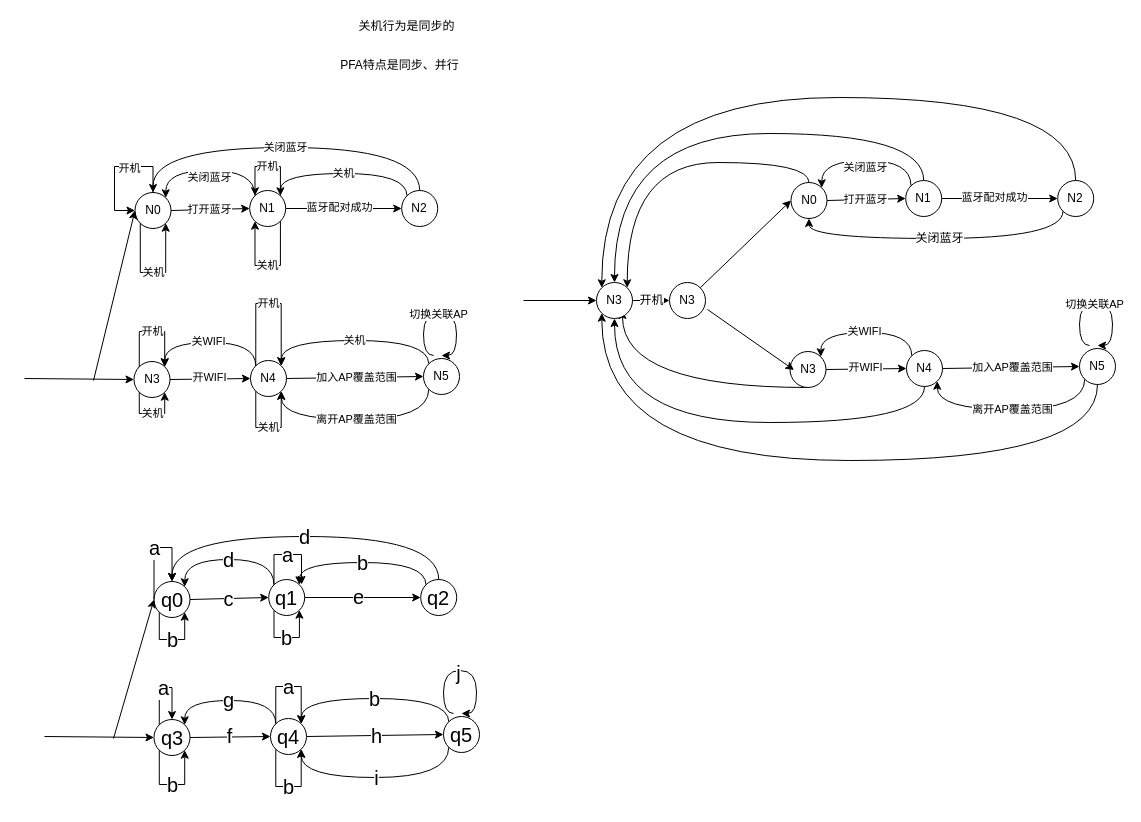
Earlier version of the draw.io diagram page "方法三：并行自动机_笔记本行为" (2 of 8) of 时间自动机.drawio (Icarus1994/neutron_conf). Source tidied: cells renumbered, new cells numbered last; positions are measured from the earlier drawing's top-left corner, leaving out a move shared by most shapes. Both pictures are drawn from the tidied source at 100%, with x=0, y=0 at pixel (24, 17).
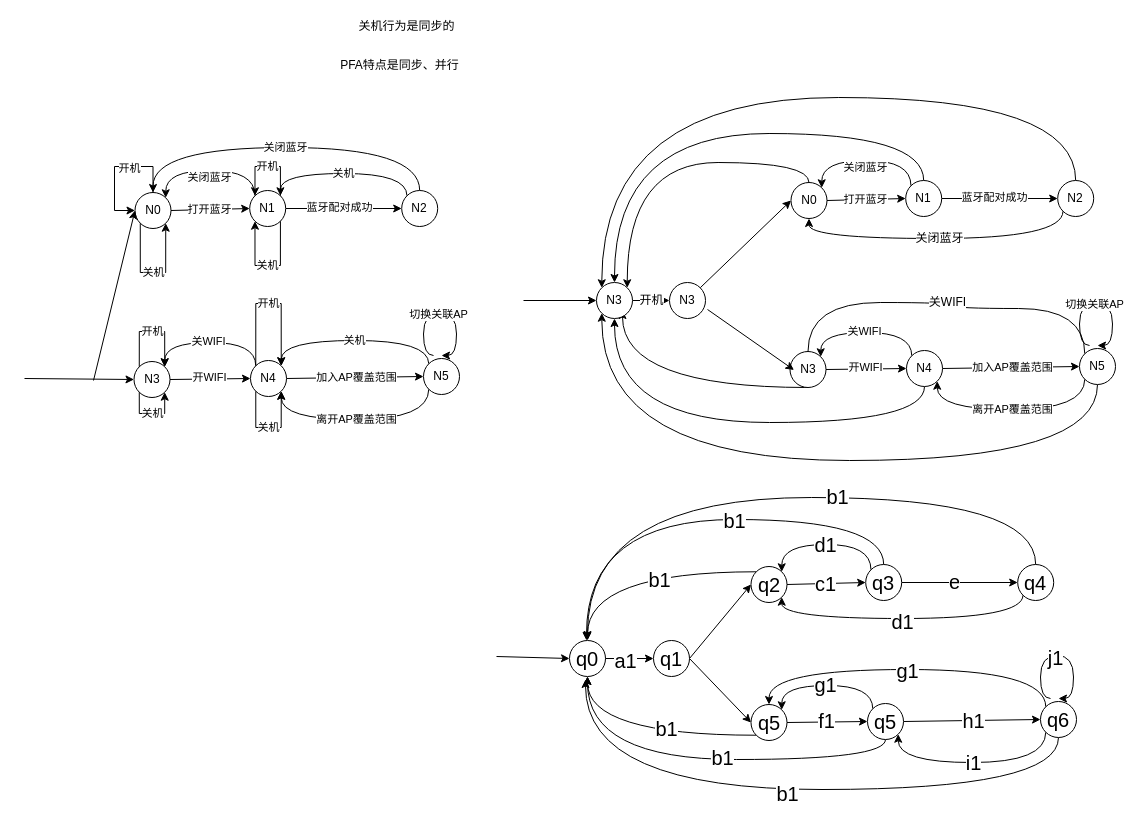
After the change.

The change refers to these unchanged cells:
```xml
<mxCell id="27" style="rounded=0;jettySize=auto;html=1;entryX=0;entryY=0.5;entryDx=0;entryDy=0;exitX=1;exitY=0.5;exitDx=0;exitDy=0;fontSize=20;" parent="1" edge="1" source="30" target="35">
  <mxGeometry relative="1" as="geometry" />
</mxCell>
<mxCell id="31" style="rounded=0;jettySize=auto;html=1;exitX=1;exitY=0.5;exitDx=0;exitDy=0;entryX=0;entryY=0.5;entryDx=0;entryDy=0;fontSize=20;" parent="1" edge="1" source="35" target="38">
  <mxGeometry relative="1" as="geometry" />
</mxCell>
<mxCell id="72" value="N3" style="ellipse;whiteSpace=wrap;html=1;" parent="1" vertex="1">
  <mxGeometry x="765.5" y="334" width="36" height="36" as="geometry" />
</mxCell>
<mxCell id="81" value="N5" style="ellipse;whiteSpace=wrap;html=1;" parent="1" vertex="1">
  <mxGeometry x="1055" y="331" width="36" height="36" as="geometry" />
</mxCell>
```

The edit, as a diff of the source:
```diff
@@
-    <mxCell id="28" value="f" style="edgeLabel;html=1;align=center;verticalAlign=middle;fontSize=20;" parent="27" vertex="1">
+    <mxCell id="28" value="f1" style="edgeLabel;html=1;align=center;verticalAlign=middle;fontSize=20;" parent="27" vertex="1">
       <mxGeometry x="-0.03" y="2" relative="1" as="geometry" />
     </mxCell>
-    <mxCell id="29" style="edgeStyle=none;rounded=0;jettySize=auto;html=1;exitX=0;exitY=0.5;exitDx=0;exitDy=0;startArrow=classic;startFill=1;endArrow=none;endFill=0;" parent="1" edge="1" source="30">
-      <mxGeometry relative="1" as="geometry">
-        <mxPoint x="20" y="719" as="targetPoint" />
-      </mxGeometry>
+    <mxCell id="29" style="edgeStyle=none;rounded=0;jettySize=auto;html=1;exitX=0;exitY=0.5;exitDx=0;exitDy=0;startArrow=classic;startFill=1;endArrow=none;endFill=0;entryX=1;entryY=0.5;entryDx=0;entryDy=0;fontSize=20;" parent="1" edge="1" source="30" target="118">
+      <mxGeometry relative="1" as="geometry" />
     </mxCell>
+    <mxCell id="102" style="edgeStyle=orthogonalEdgeStyle;curved=1;rounded=0;jettySize=auto;html=1;exitX=0;exitY=1;exitDx=0;exitDy=0;entryX=0.5;entryY=1;entryDx=0;entryDy=0;startArrow=none;startFill=0;endArrow=classic;endFill=1;fontSize=20;" parent="1" edge="1" source="30" target="119">
+      <mxGeometry relative="1" as="geometry" />
+    </mxCell>
+    <mxCell id="103" value="b1" style="edgeLabel;html=1;align=center;verticalAlign=middle;fontSize=20;" parent="102" vertex="1">
+      <mxGeometry x="-0.21" y="-7" relative="1" as="geometry" />
+    </mxCell>
-    <mxCell id="30" value="q3" style="ellipse;whiteSpace=wrap;html=1;fontSize=20;" parent="1" vertex="1">
-      <mxGeometry x="129.5" y="702" width="36" height="36" as="geometry" />
+    <mxCell id="30" value="q5" style="ellipse;whiteSpace=wrap;html=1;fontSize=20;" parent="1" vertex="1">
+      <mxGeometry x="726.5" y="687" width="36" height="36" as="geometry" />
     </mxCell>
@@
-    <mxCell id="32" value="h" style="edgeLabel;html=1;align=center;verticalAlign=middle;fontSize=20;" parent="31" vertex="1">
+    <mxCell id="32" value="h1" style="edgeLabel;html=1;align=center;verticalAlign=middle;fontSize=20;" parent="31" vertex="1">
       <mxGeometry x="0.02" relative="1" as="geometry" />
     </mxCell>
     <mxCell id="33" style="edgeStyle=orthogonalEdgeStyle;curved=1;rounded=0;jettySize=auto;html=1;exitX=0;exitY=0;exitDx=0;exitDy=0;entryX=1;entryY=0;entryDx=0;entryDy=0;startArrow=none;startFill=0;endArrow=classic;endFill=1;fontSize=20;" parent="1" edge="1" source="35" target="30">
       <mxGeometry relative="1" as="geometry">
         <Array as="points">
-          <mxPoint x="251" y="683" />
-          <mxPoint x="160" y="683" />
+          <mxPoint x="848" y="668" />
+          <mxPoint x="757" y="668" />
         </Array>
       </mxGeometry>
     </mxCell>
-    <mxCell id="34" value="g" style="edgeLabel;html=1;align=center;verticalAlign=middle;fontSize=20;" parent="33" vertex="1">
+    <mxCell id="34" value="g1" style="edgeLabel;html=1;align=center;verticalAlign=middle;fontSize=20;" parent="33" vertex="1">
       <mxGeometry x="0.02" y="-2" relative="1" as="geometry" />
     </mxCell>
+    <mxCell id="104" style="edgeStyle=orthogonalEdgeStyle;curved=1;rounded=0;jettySize=auto;html=1;exitX=0.5;exitY=1;exitDx=0;exitDy=0;entryX=0.5;entryY=1;entryDx=0;entryDy=0;startArrow=none;startFill=0;endArrow=classic;endFill=1;fontSize=20;" parent="1" edge="1" source="35" target="119">
+      <mxGeometry relative="1" as="geometry" />
+    </mxCell>
+    <mxCell id="105" value="b1" style="edgeLabel;html=1;align=center;verticalAlign=middle;fontSize=20;" parent="104" vertex="1">
+      <mxGeometry x="-0.08" y="-3" relative="1" as="geometry" />
+    </mxCell>
-    <mxCell id="35" value="q4" style="ellipse;whiteSpace=wrap;html=1;fontSize=20;" parent="1" vertex="1">
-      <mxGeometry x="246" y="701" width="36" height="36" as="geometry" />
+    <mxCell id="35" value="q5" style="ellipse;whiteSpace=wrap;html=1;fontSize=20;" parent="1" vertex="1">
+      <mxGeometry x="843" y="686" width="36" height="36" as="geometry" />
     </mxCell>
-    <mxCell id="36" value="i" style="edgeStyle=orthogonalEdgeStyle;rounded=0;jettySize=auto;html=1;exitX=0;exitY=1;exitDx=0;exitDy=0;entryX=1;entryY=1;entryDx=0;entryDy=0;curved=1;fontSize=20;" parent="1" edge="1" source="38" target="35">
+    <mxCell id="36" value="i1" style="edgeStyle=orthogonalEdgeStyle;rounded=0;jettySize=auto;html=1;exitX=0;exitY=1;exitDx=0;exitDy=0;entryX=1;entryY=1;entryDx=0;entryDy=0;curved=1;fontSize=20;" parent="1" edge="1" source="38" target="35">
       <mxGeometry relative="1" as="geometry">
         <Array as="points">
-          <mxPoint x="424" y="760" />
-          <mxPoint x="277" y="760" />
+          <mxPoint x="1021" y="745" />
+          <mxPoint x="874" y="745" />
         </Array>
       </mxGeometry>
     </mxCell>
-    <mxCell id="37" value="b" style="edgeStyle=orthogonalEdgeStyle;curved=1;rounded=0;jettySize=auto;html=1;exitX=0;exitY=0;exitDx=0;exitDy=0;entryX=1;entryY=0;entryDx=0;entryDy=0;startArrow=none;startFill=0;endArrow=classic;endFill=1;fontSize=20;" parent="1" edge="1" source="38" target="35">
-      <mxGeometry relative="1" as="geometry">
-        <Array as="points">
-          <mxPoint x="424" y="681" />
-          <mxPoint x="277" y="681" />
-        </Array>
-      </mxGeometry>
-    </mxCell>
+    <mxCell id="106" style="edgeStyle=orthogonalEdgeStyle;curved=1;rounded=0;jettySize=auto;html=1;exitX=0;exitY=0;exitDx=0;exitDy=0;entryX=0.5;entryY=0;entryDx=0;entryDy=0;startArrow=none;startFill=0;endArrow=classic;endFill=1;fontSize=20;" parent="1" edge="1" source="38" target="30">
+      <mxGeometry relative="1" as="geometry">
+        <Array as="points">
+          <mxPoint x="1021" y="652" />
+          <mxPoint x="745" y="652" />
+        </Array>
+      </mxGeometry>
+    </mxCell>
+    <mxCell id="107" value="g1" style="edgeLabel;html=1;align=center;verticalAlign=middle;fontSize=20;" parent="106" vertex="1">
+      <mxGeometry x="0.01" relative="1" as="geometry" />
+    </mxCell>
+    <mxCell id="108" style="edgeStyle=orthogonalEdgeStyle;curved=1;rounded=0;jettySize=auto;html=1;exitX=0.5;exitY=1;exitDx=0;exitDy=0;startArrow=none;startFill=0;endArrow=classic;endFill=1;fontSize=20;" parent="1" edge="1" source="38">
+      <mxGeometry relative="1" as="geometry">
+        <mxPoint x="561" y="662" as="targetPoint" />
+        <Array as="points">
+          <mxPoint x="1034" y="772" />
+          <mxPoint x="561" y="772" />
+        </Array>
+      </mxGeometry>
+    </mxCell>
+    <mxCell id="109" value="b1" style="edgeLabel;html=1;align=center;verticalAlign=middle;fontSize=20;" parent="108" vertex="1">
+      <mxGeometry x="0.02" y="3" relative="1" as="geometry" />
+    </mxCell>
-    <mxCell id="38" value="q5" style="ellipse;whiteSpace=wrap;html=1;fontSize=20;" parent="1" vertex="1">
-      <mxGeometry x="419" y="699" width="36" height="36" as="geometry" />
+    <mxCell id="38" value="q6" style="ellipse;whiteSpace=wrap;html=1;fontSize=20;" parent="1" vertex="1">
+      <mxGeometry x="1016" y="684" width="36" height="36" as="geometry" />
     </mxCell>
-    <mxCell id="39" value="c" style="rounded=0;jettySize=auto;html=1;exitX=1;exitY=0.5;exitDx=0;exitDy=0;entryX=0;entryY=0.5;entryDx=0;entryDy=0;fontSize=20;" parent="1" edge="1" source="40" target="45">
+    <mxCell id="39" value="c1" style="rounded=0;jettySize=auto;html=1;exitX=1;exitY=0.5;exitDx=0;exitDy=0;entryX=0;entryY=0.5;entryDx=0;entryDy=0;fontSize=20;" parent="1" edge="1" source="40" target="45">
       <mxGeometry relative="1" as="geometry" />
     </mxCell>
+    <mxCell id="110" style="edgeStyle=orthogonalEdgeStyle;curved=1;rounded=0;jettySize=auto;html=1;exitX=0;exitY=0;exitDx=0;exitDy=0;entryX=0.5;entryY=0;entryDx=0;entryDy=0;startArrow=none;startFill=0;endArrow=classic;endFill=1;fontSize=20;" parent="1" edge="1" source="40" target="119">
+      <mxGeometry relative="1" as="geometry" />
+    </mxCell>
+    <mxCell id="111" value="b1" style="edgeLabel;html=1;align=center;verticalAlign=middle;fontSize=20;" parent="110" vertex="1">
+      <mxGeometry x="-0.18" y="7" relative="1" as="geometry" />
+    </mxCell>
-    <mxCell id="40" value="q0" style="ellipse;whiteSpace=wrap;html=1;fontSize=20;" parent="1" vertex="1">
-      <mxGeometry x="129.5" y="564" width="36" height="36" as="geometry" />
+    <mxCell id="40" value="q2" style="ellipse;whiteSpace=wrap;html=1;fontSize=20;" parent="1" vertex="1">
+      <mxGeometry x="726.5" y="549" width="36" height="36" as="geometry" />
     </mxCell>
-    <mxCell id="41" value="d" style="edgeStyle=orthogonalEdgeStyle;curved=1;rounded=0;jettySize=auto;html=1;exitX=0;exitY=0;exitDx=0;exitDy=0;entryX=1;entryY=0;entryDx=0;entryDy=0;fontSize=20;" parent="1" edge="1" source="45" target="40">
+    <mxCell id="41" value="d1" style="edgeStyle=orthogonalEdgeStyle;curved=1;rounded=0;jettySize=auto;html=1;exitX=0;exitY=0;exitDx=0;exitDy=0;entryX=1;entryY=0;entryDx=0;entryDy=0;fontSize=20;" parent="1" edge="1" source="45" target="40">
       <mxGeometry relative="1" as="geometry">
         <Array as="points">
-          <mxPoint x="250" y="542" />
-          <mxPoint x="160" y="542" />
+          <mxPoint x="847" y="527" />
+          <mxPoint x="757" y="527" />
         </Array>
       </mxGeometry>
     </mxCell>
@@
-    <mxCell id="44" value="a" style="edgeStyle=orthogonalEdgeStyle;rounded=0;jettySize=auto;html=1;exitX=0;exitY=0;exitDx=0;exitDy=0;fontSize=20;" parent="1" edge="1" source="45">
-      <mxGeometry relative="1" as="geometry">
-        <mxPoint x="277" y="567" as="targetPoint" />
-        <Array as="points">
-          <mxPoint x="250" y="537" />
-          <mxPoint x="277" y="537" />
-        </Array>
-      </mxGeometry>
-    </mxCell>
+    <mxCell id="112" style="edgeStyle=orthogonalEdgeStyle;curved=1;rounded=0;jettySize=auto;html=1;exitX=0.5;exitY=0;exitDx=0;exitDy=0;startArrow=none;startFill=0;endArrow=classic;endFill=1;fontSize=20;" parent="1" edge="1" source="45">
+      <mxGeometry relative="1" as="geometry">
+        <mxPoint x="562" y="623" as="targetPoint" />
+        <Array as="points">
+          <mxPoint x="859" y="502" />
+          <mxPoint x="562" y="502" />
+        </Array>
+      </mxGeometry>
+    </mxCell>
+    <mxCell id="113" value="b1" style="edgeLabel;html=1;align=center;verticalAlign=middle;fontSize=20;" parent="112" vertex="1">
+      <mxGeometry x="-0.16" relative="1" as="geometry" />
+    </mxCell>
-    <mxCell id="45" value="q1" style="ellipse;whiteSpace=wrap;html=1;fontSize=20;" parent="1" vertex="1">
-      <mxGeometry x="244.2" y="562" width="36" height="36" as="geometry" />
+    <mxCell id="45" value="q3" style="ellipse;whiteSpace=wrap;html=1;fontSize=20;" parent="1" vertex="1">
+      <mxGeometry x="841.2" y="547" width="36" height="36" as="geometry" />
     </mxCell>
-    <mxCell id="46" style="endArrow=classic;html=1;entryX=0;entryY=0.5;entryDx=0;entryDy=0;fontSize=20;" parent="1" edge="1" target="40">
-      <mxGeometry relative="1" as="geometry">
-        <mxPoint x="89" y="721" as="sourcePoint" />
-      </mxGeometry>
+    <mxCell id="46" style="endArrow=classic;html=1;entryX=0;entryY=0.5;entryDx=0;entryDy=0;fontSize=20;exitX=1;exitY=0.5;exitDx=0;exitDy=0;" parent="1" edge="1" source="118" target="40">
+      <mxGeometry relative="1" as="geometry" />
     </mxCell>
-    <mxCell id="47" value="d" style="edgeStyle=orthogonalEdgeStyle;curved=1;rounded=0;jettySize=auto;html=1;exitX=0.5;exitY=0;exitDx=0;exitDy=0;entryX=0.5;entryY=0;entryDx=0;entryDy=0;startArrow=none;startFill=0;endArrow=classic;endFill=1;fontSize=20;" parent="1" edge="1" source="49" target="40">
+    <mxCell id="47" style="edgeStyle=orthogonalEdgeStyle;curved=1;rounded=0;jettySize=auto;html=1;exitX=0;exitY=1;exitDx=0;exitDy=0;entryX=1;entryY=1;entryDx=0;entryDy=0;startArrow=none;startFill=0;endArrow=classic;endFill=1;fontSize=20;" parent="1" edge="1" source="49" target="40">
       <mxGeometry relative="1" as="geometry">
         <Array as="points">
-          <mxPoint x="414" y="519" />
-          <mxPoint x="148" y="519" />
+          <mxPoint x="999" y="601" />
+          <mxPoint x="757" y="601" />
         </Array>
       </mxGeometry>
     </mxCell>
-    <mxCell id="48" value="b" style="edgeStyle=orthogonalEdgeStyle;curved=1;rounded=0;jettySize=auto;html=1;exitX=0;exitY=0;exitDx=0;exitDy=0;entryX=1;entryY=0;entryDx=0;entryDy=0;startArrow=none;startFill=0;endArrow=classic;endFill=1;fontSize=20;" parent="1" edge="1" source="49" target="45">
-      <mxGeometry relative="1" as="geometry">
-        <Array as="points">
-          <mxPoint x="402" y="545" />
-          <mxPoint x="275" y="545" />
-        </Array>
-      </mxGeometry>
-    </mxCell>
+    <mxCell id="114" value="d1" style="edgeLabel;html=1;align=center;verticalAlign=middle;fontSize=20;" parent="47" vertex="1">
+      <mxGeometry x="0.01" y="2" relative="1" as="geometry" />
+    </mxCell>
+    <mxCell id="115" style="edgeStyle=orthogonalEdgeStyle;curved=1;rounded=0;jettySize=auto;html=1;exitX=0.5;exitY=0;exitDx=0;exitDy=0;startArrow=none;startFill=0;endArrow=classic;endFill=1;fontSize=20;" parent="1" edge="1" source="49">
+      <mxGeometry relative="1" as="geometry">
+        <mxPoint x="563" y="622" as="targetPoint" />
+        <Array as="points">
+          <mxPoint x="1011" y="480" />
+          <mxPoint x="563" y="480" />
+        </Array>
+      </mxGeometry>
+    </mxCell>
+    <mxCell id="116" value="b1" style="edgeLabel;html=1;align=center;verticalAlign=middle;fontSize=20;" parent="115" vertex="1">
+      <mxGeometry x="-0.19" y="-2" relative="1" as="geometry" />
+    </mxCell>
-    <mxCell id="49" value="q2" style="ellipse;whiteSpace=wrap;html=1;fontSize=20;" parent="1" vertex="1">
-      <mxGeometry x="396.2" y="562" width="36" height="36" as="geometry" />
+    <mxCell id="49" value="q4" style="ellipse;whiteSpace=wrap;html=1;fontSize=20;" parent="1" vertex="1">
+      <mxGeometry x="993.2" y="547" width="36" height="36" as="geometry" />
     </mxCell>
     <mxCell id="50" style="endArrow=classic;html=1;edgeStyle=orthogonalEdgeStyle;curved=1;fontSize=20;" parent="1" edge="1">
       <mxGeometry relative="1" as="geometry">
-        <mxPoint x="429" y="696" as="sourcePoint" />
-        <mxPoint x="437" y="696" as="targetPoint" />
+        <mxPoint x="1026" y="681" as="sourcePoint" />
+        <mxPoint x="1034" y="681" as="targetPoint" />
         <Array as="points">
-          <mxPoint x="419" y="696" />
-          <mxPoint x="419" y="653" />
-          <mxPoint x="452" y="653" />
-          <mxPoint x="452" y="696" />
+          <mxPoint x="1016" y="681" />
+          <mxPoint x="1016" y="638" />
+          <mxPoint x="1049" y="638" />
+          <mxPoint x="1049" y="681" />
         </Array>
       </mxGeometry>
     </mxCell>
-    <mxCell id="51" value="j" style="edgeLabel;html=1;align=center;verticalAlign=middle;fontSize=20;" parent="50" vertex="1">
+    <mxCell id="51" value="j1" style="edgeLabel;html=1;align=center;verticalAlign=middle;fontSize=20;" parent="50" vertex="1">
       <mxGeometry x="-0.07" y="-1" relative="1" as="geometry" />
     </mxCell>
@@
-    <mxCell id="62" value="b" style="edgeStyle=orthogonalEdgeStyle;rounded=0;orthogonalLoop=1;jettySize=auto;html=1;exitX=0;exitY=1;exitDx=0;exitDy=0;entryX=1;entryY=1;entryDx=0;entryDy=0;fontSize=20;" parent="1" edge="1" source="45" target="45">
-      <mxGeometry relative="1" as="geometry">
-        <Array as="points">
-          <mxPoint x="250" y="620" />
-          <mxPoint x="275" y="620" />
-        </Array>
-      </mxGeometry>
-    </mxCell>
-    <mxCell id="63" value="b" style="edgeStyle=orthogonalEdgeStyle;rounded=0;orthogonalLoop=1;jettySize=auto;html=1;exitX=0;exitY=1;exitDx=0;exitDy=0;entryX=1;entryY=1;entryDx=0;entryDy=0;fontSize=20;" parent="1" edge="1" source="40" target="40">
-      <mxGeometry relative="1" as="geometry">
-        <Array as="points">
-          <mxPoint x="135" y="622" />
-          <mxPoint x="160" y="622" />
-        </Array>
-      </mxGeometry>
-    </mxCell>
-    <mxCell id="64" value="a" style="edgeStyle=orthogonalEdgeStyle;rounded=0;orthogonalLoop=1;jettySize=auto;html=1;exitX=0;exitY=0.5;exitDx=0;exitDy=0;entryX=0.5;entryY=0;entryDx=0;entryDy=0;fontSize=20;" parent="1" edge="1" source="40" target="40">
-      <mxGeometry relative="1" as="geometry">
-        <Array as="points">
-          <mxPoint x="130" y="530" />
-          <mxPoint x="148" y="530" />
-        </Array>
-      </mxGeometry>
-    </mxCell>
-    <mxCell id="65" value="b" style="edgeStyle=orthogonalEdgeStyle;rounded=0;orthogonalLoop=1;jettySize=auto;html=1;exitX=0;exitY=1;exitDx=0;exitDy=0;entryX=1;entryY=1;entryDx=0;entryDy=0;fontSize=20;" parent="1" edge="1" source="30" target="30">
-      <mxGeometry relative="1" as="geometry">
-        <Array as="points">
-          <mxPoint x="135" y="767" />
-          <mxPoint x="160" y="767" />
-        </Array>
-      </mxGeometry>
-    </mxCell>
-    <mxCell id="66" value="a" style="edgeStyle=orthogonalEdgeStyle;rounded=0;orthogonalLoop=1;jettySize=auto;html=1;exitX=0;exitY=0;exitDx=0;exitDy=0;entryX=0.5;entryY=0;entryDx=0;entryDy=0;fontSize=20;" parent="1" edge="1" source="30" target="30">
-      <mxGeometry relative="1" as="geometry">
-        <Array as="points">
-          <mxPoint x="135" y="670" />
-          <mxPoint x="148" y="670" />
-        </Array>
-      </mxGeometry>
-    </mxCell>
-    <mxCell id="67" value="a" style="edgeStyle=orthogonalEdgeStyle;rounded=0;orthogonalLoop=1;jettySize=auto;html=1;exitX=0;exitY=0;exitDx=0;exitDy=0;entryX=1;entryY=0;entryDx=0;entryDy=0;fontSize=20;" parent="1" edge="1" source="35" target="35">
-      <mxGeometry relative="1" as="geometry">
-        <Array as="points">
-          <mxPoint x="251" y="669" />
-          <mxPoint x="277" y="669" />
-        </Array>
-      </mxGeometry>
-    </mxCell>
-    <mxCell id="68" value="b" style="edgeStyle=orthogonalEdgeStyle;rounded=0;orthogonalLoop=1;jettySize=auto;html=1;exitX=0;exitY=1;exitDx=0;exitDy=0;entryX=1;entryY=1;entryDx=0;entryDy=0;fontSize=20;" parent="1" edge="1" source="35" target="35">
-      <mxGeometry relative="1" as="geometry">
-        <Array as="points">
-          <mxPoint x="251" y="769" />
-          <mxPoint x="277" y="769" />
-        </Array>
-      </mxGeometry>
-    </mxCell>
@@
+    <mxCell id="117" value="关WIFI" style="edgeStyle=orthogonalEdgeStyle;curved=1;rounded=0;jettySize=auto;html=1;exitX=0;exitY=0;exitDx=0;exitDy=0;entryX=0.5;entryY=0;entryDx=0;entryDy=0;startArrow=none;startFill=0;endArrow=none;endFill=0;fontSize=12;" parent="1" edge="1" source="81" target="72">
+      <mxGeometry relative="1" as="geometry">
+        <Array as="points">
+          <mxPoint x="1060" y="291" />
+          <mxPoint x="928" y="291" />
+          <mxPoint x="928" y="285" />
+          <mxPoint x="784" y="285" />
+        </Array>
+      </mxGeometry>
+    </mxCell>
@@
+    <mxCell id="118" value="q1" style="ellipse;whiteSpace=wrap;html=1;fontSize=20;" parent="1" vertex="1">
+      <mxGeometry x="629" y="623" width="36" height="36" as="geometry" />
+    </mxCell>
+    <mxCell id="119" value="q0" style="ellipse;whiteSpace=wrap;html=1;fontSize=20;" parent="1" vertex="1">
+      <mxGeometry x="545" y="623" width="36" height="36" as="geometry" />
+    </mxCell>
+    <mxCell id="120" style="endArrow=classic;html=1;fontSize=20;exitX=1;exitY=0.5;exitDx=0;exitDy=0;entryX=0;entryY=0.5;entryDx=0;entryDy=0;" parent="1" edge="1" source="119" target="118">
+      <mxGeometry relative="1" as="geometry" />
+    </mxCell>
+    <mxCell id="121" value="a1" style="edgeLabel;html=1;align=center;verticalAlign=middle;fontSize=20;" parent="120" vertex="1">
+      <mxGeometry x="-0.21" y="-1" relative="1" as="geometry" />
+    </mxCell>
+    <mxCell id="122" style="endArrow=classic;html=1;fontSize=20;entryX=0;entryY=0.5;entryDx=0;entryDy=0;" parent="1" edge="1" target="119">
+      <mxGeometry relative="1" as="geometry">
+        <mxPoint x="472" y="639" as="sourcePoint" />
+      </mxGeometry>
+    </mxCell>
```
